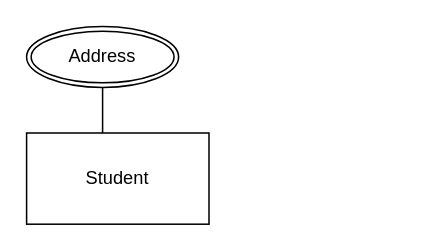
Above: week3/part1/1/CodeCampXI.drawio in Nathat/Homework_codcamp_4 (draw.io), before the change. Source tidied: cells renumbered, new cells numbered last; positions are measured from the earlier drawing's top-left corner, leaving out a move shared by most shapes. Both pictures are drawn from the tidied source at 152%, with x=0, y=0 at pixel (26, 26).
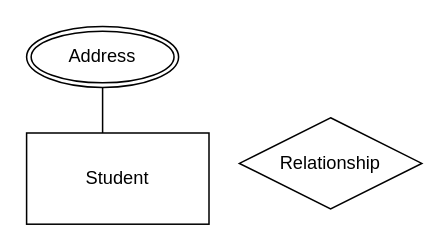
After the change.

Change to the diagram source:
```diff
@@
 <mxGraphModel>
   <root>
     <mxCell id="0" />
     <mxCell id="1" parent="0" />
     <mxCell id="2" value="Student" style="rounded=0;whiteSpace=wrap;html=1;" parent="1" vertex="1">
       <mxGeometry y="70" width="120" height="60" as="geometry" />
     </mxCell>
     <mxCell id="3" value="Address" style="ellipse;shape=doubleEllipse;margin=3;whiteSpace=wrap;html=1;align=center;strokeColor=#000000;" parent="1" vertex="1">
       <mxGeometry width="100" height="40" as="geometry" />
     </mxCell>
     <mxCell id="4" style="endArrow=none;html=1;rounded=0;" parent="1" edge="1">
       <mxGeometry relative="1" as="geometry">
         <mxPoint x="50" y="40" as="sourcePoint" />
         <mxPoint x="50" y="70" as="targetPoint" />
       </mxGeometry>
     </mxCell>
+    <mxCell id="5" value="Relationship" style="shape=rhombus;perimeter=rhombusPerimeter;whiteSpace=wrap;html=1;align=center;strokeColor=#000000;" parent="1" vertex="1">
+      <mxGeometry x="140" y="60" width="120" height="60" as="geometry" />
+    </mxCell>
   </root>
 </mxGraphModel>
```
